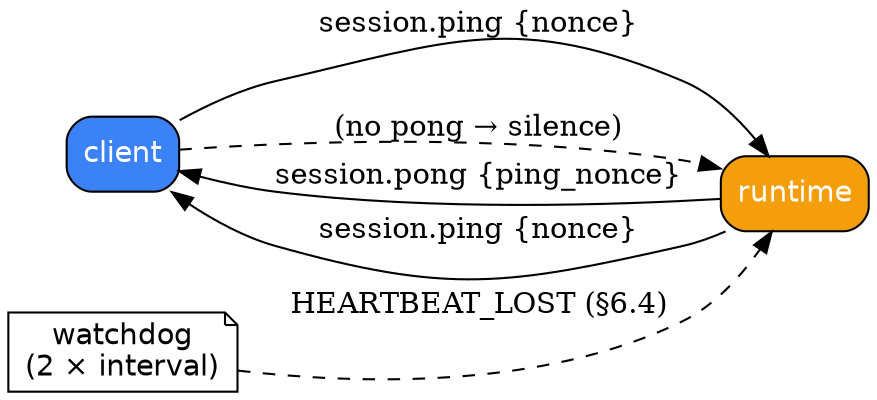
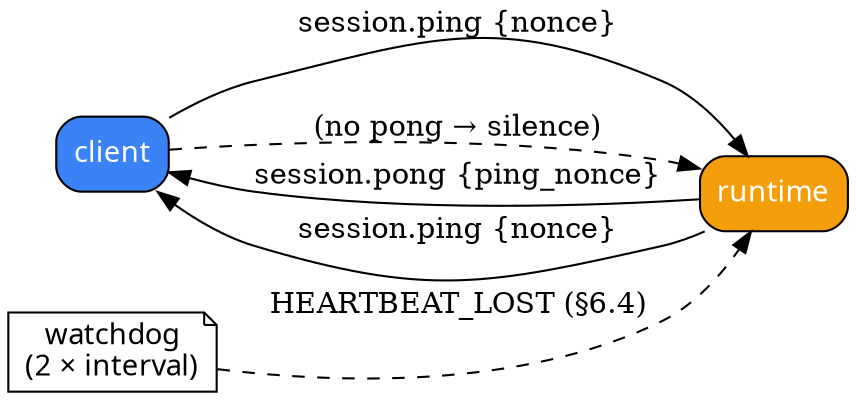
/*
 * Copyright (c) 2026 The ARCP Authors
 * SPDX-License-Identifier: Apache-2.0
 */
digraph HeartbeatFlow {
-     graph [rankdir=LR, fontname=Helvetica, bgcolor=transparent];
-     node  [shape=box, style=rounded, fontname=Helvetica];
+     graph [rankdir=LR, fontname="TT Commons Pro Trial", bgcolor=transparent];
+     node  [shape=box, style=rounded, fontname="TT Commons Pro Trial"];

    C [label="client", style="rounded,filled", fillcolor="#3B82F6", fontcolor=white];
    R [label="runtime", style="rounded,filled", fillcolor="#F59E0B", fontcolor=white];
    W [label="watchdog\n(2 × interval)", shape=note];

    C -> R [label="session.ping {nonce}"];
    R -> C [label="session.pong {ping_nonce}"];
    R -> C [label="session.ping {nonce}"];
    C -> R [label="(no pong → silence)", style=dashed];
    W -> R [label="HEARTBEAT_LOST (§6.4)", style=dashed];
}
